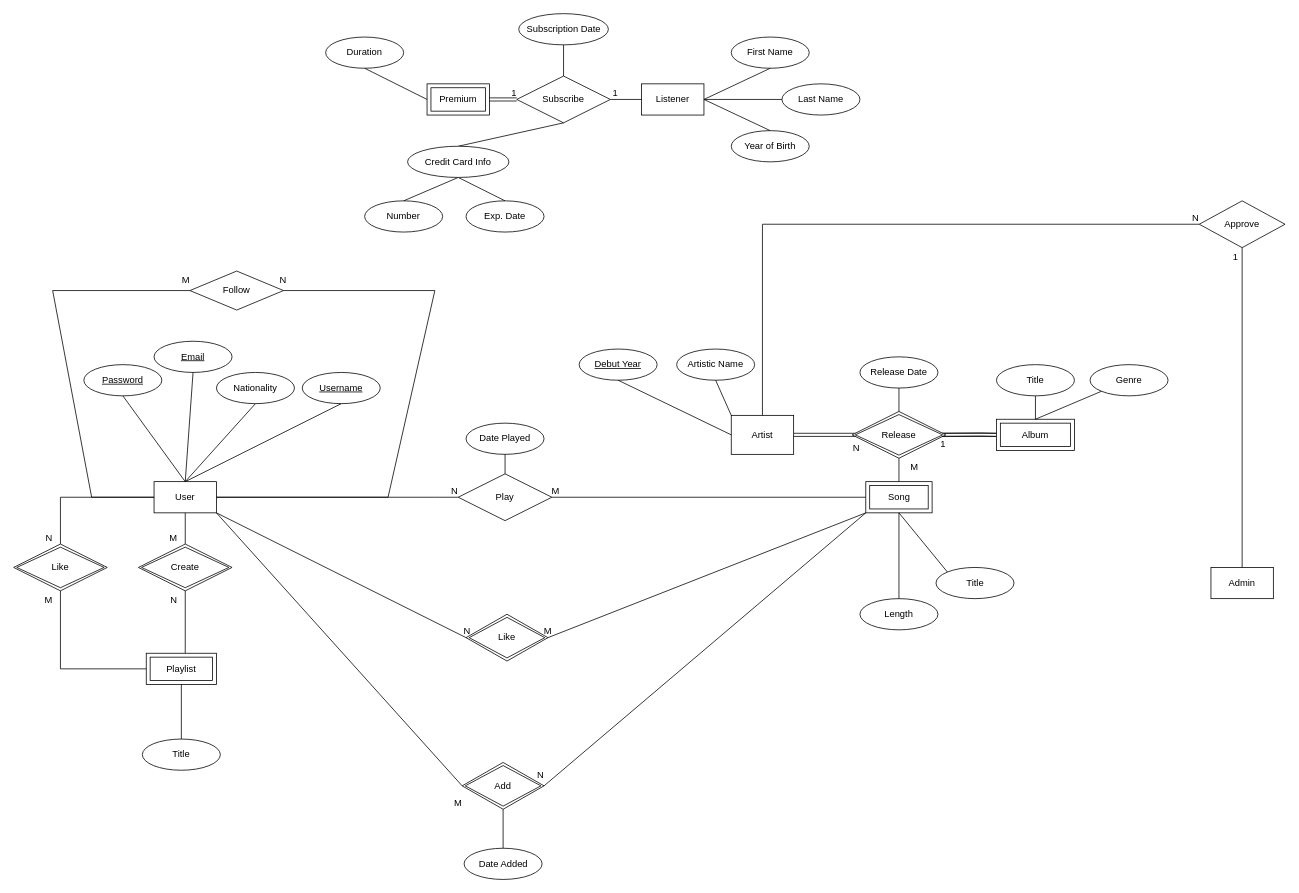
Before: ER Diagram.drawio in BehrouzGhamkhar/database-project, a draw.io diagram. Source tidied: cells renumbered, new cells numbered last; positions are measured from the earlier drawing's top-left corner, leaving out a move shared by most shapes. Both pictures are drawn from the tidied source at 78%, with x=0, y=0 at pixel (13, 13).
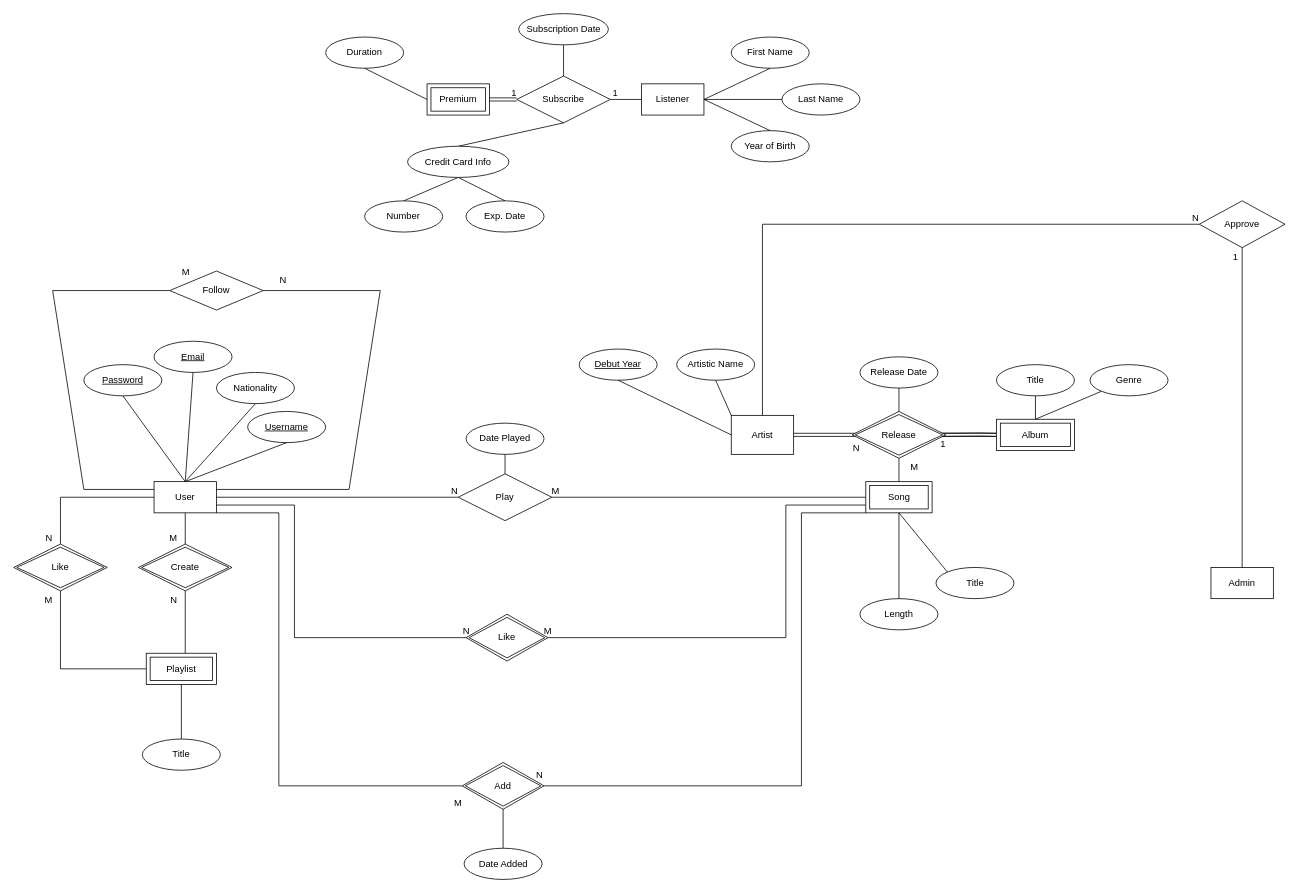
Above is the later version.

Commit message:
4nd day of work on the ER diagram

Unchanged cells that the change refers to:
```xml
<mxCell id="4" value="User" style="whiteSpace=wrap;html=1;align=center;" parent="1" vertex="1">
  <mxGeometry x="180" y="600" width="80" height="40" as="geometry" />
</mxCell>
<mxCell id="48" value="Add" style="shape=rhombus;double=1;perimeter=rhombusPerimeter;whiteSpace=wrap;html=1;align=center;" parent="1" vertex="1">
  <mxGeometry x="575" y="960" width="105" height="60" as="geometry" />
</mxCell>
<mxCell id="52" value="Song" style="shape=ext;margin=3;double=1;whiteSpace=wrap;html=1;align=center;" parent="1" vertex="1">
  <mxGeometry x="1092.5" y="600" width="85" height="40" as="geometry" />
</mxCell>
<mxCell id="53" value="Like" style="shape=rhombus;double=1;perimeter=rhombusPerimeter;whiteSpace=wrap;html=1;align=center;" parent="1" vertex="1">
  <mxGeometry x="580" y="770" width="105" height="60" as="geometry" />
</mxCell>
```

The edit, as a diff of the source:
```diff
@@
-    <mxCell id="8" style="endArrow=none;html=1;rounded=0;entryX=1;entryY=0.5;entryDx=0;entryDy=0;exitX=1;exitY=0.5;exitDx=0;exitDy=0;" parent="1" edge="1" source="12" target="4">
+    <mxCell id="8" style="endArrow=none;html=1;rounded=0;entryX=1;entryY=0.25;entryDx=0;entryDy=0;exitX=1;exitY=0.5;exitDx=0;exitDy=0;" parent="1" edge="1" source="12" target="4">
       <mxGeometry relative="1" as="geometry">
         <Array as="points">
-          <mxPoint x="540" y="355" />
-          <mxPoint x="480" y="620" />
+          <mxPoint x="470" y="355" />
+          <mxPoint x="430" y="610" />
         </Array>
       </mxGeometry>
     </mxCell>
@@
     <mxCell id="12" value="Follow" style="shape=rhombus;perimeter=rhombusPerimeter;whiteSpace=wrap;html=1;align=center;" parent="1" vertex="1">
-      <mxGeometry x="226" y="330" width="120" height="50" as="geometry" />
+      <mxGeometry x="200" y="330" width="120" height="50" as="geometry" />
     </mxCell>
-    <mxCell id="13" style="endArrow=none;html=1;rounded=0;entryX=0;entryY=0.5;entryDx=0;entryDy=0;exitX=0;exitY=0.5;exitDx=0;exitDy=0;" parent="1" edge="1" source="12" target="4">
+    <mxCell id="13" style="endArrow=none;html=1;rounded=0;entryX=0;entryY=0.25;entryDx=0;entryDy=0;exitX=0;exitY=0.5;exitDx=0;exitDy=0;entryPerimeter=0;" parent="1" edge="1" source="12" target="4">
       <mxGeometry relative="1" as="geometry">
         <Array as="points">
           <mxPoint x="50" y="355" />
-          <mxPoint x="100" y="620" />
+          <mxPoint x="90" y="610" />
         </Array>
       </mxGeometry>
     </mxCell>
@@
-    <mxCell id="29" style="endArrow=none;html=1;rounded=0;entryX=1;entryY=0.5;entryDx=0;entryDy=0;exitX=0;exitY=1;exitDx=0;exitDy=0;" parent="1" edge="1" source="52" target="53">
-      <mxGeometry relative="1" as="geometry" />
+    <mxCell id="29" style="endArrow=none;html=1;rounded=0;entryX=1;entryY=0.5;entryDx=0;entryDy=0;exitX=0;exitY=0.75;exitDx=0;exitDy=0;" parent="1" edge="1" source="52" target="53">
+      <mxGeometry relative="1" as="geometry">
+        <Array as="points">
+          <mxPoint x="990" y="630" />
+          <mxPoint x="990" y="800" />
+        </Array>
+      </mxGeometry>
     </mxCell>
@@
     <mxCell id="31" style="endArrow=none;html=1;rounded=0;entryX=1;entryY=0.5;entryDx=0;entryDy=0;exitX=0;exitY=1;exitDx=0;exitDy=0;" parent="1" edge="1" source="52" target="48">
-      <mxGeometry relative="1" as="geometry" />
+      <mxGeometry relative="1" as="geometry">
+        <Array as="points">
+          <mxPoint x="1010" y="640" />
+          <mxPoint x="1010" y="990" />
+        </Array>
+      </mxGeometry>
     </mxCell>
@@
     <mxCell id="33" style="endArrow=none;html=1;rounded=0;entryX=0;entryY=0.5;entryDx=0;entryDy=0;exitX=1;exitY=1;exitDx=0;exitDy=0;" parent="1" edge="1" source="4" target="48">
-      <mxGeometry relative="1" as="geometry" />
+      <mxGeometry relative="1" as="geometry">
+        <Array as="points">
+          <mxPoint x="340" y="640" />
+          <mxPoint x="340" y="990" />
+        </Array>
+      </mxGeometry>
     </mxCell>
@@
-    <mxCell id="40" style="endArrow=none;html=1;rounded=0;exitX=1;exitY=1;exitDx=0;exitDy=0;entryX=0;entryY=0.5;entryDx=0;entryDy=0;" parent="1" edge="1" source="4" target="53">
-      <mxGeometry relative="1" as="geometry" />
+    <mxCell id="40" style="endArrow=none;html=1;rounded=0;entryX=0;entryY=0.5;entryDx=0;entryDy=0;" parent="1" edge="1" target="53">
+      <mxGeometry relative="1" as="geometry">
+        <mxPoint x="260" y="630" as="sourcePoint" />
+        <Array as="points">
+          <mxPoint x="360" y="630" />
+          <mxPoint x="360" y="800" />
+        </Array>
+      </mxGeometry>
     </mxCell>
@@
     <mxCell id="84" value="&lt;u&gt;Username&lt;/u&gt;" style="ellipse;whiteSpace=wrap;html=1;align=center;" parent="1" vertex="1">
-      <mxGeometry x="370" y="460" width="100" height="40" as="geometry" />
+      <mxGeometry x="300" y="510" width="100" height="40" as="geometry" />
     </mxCell>
```
